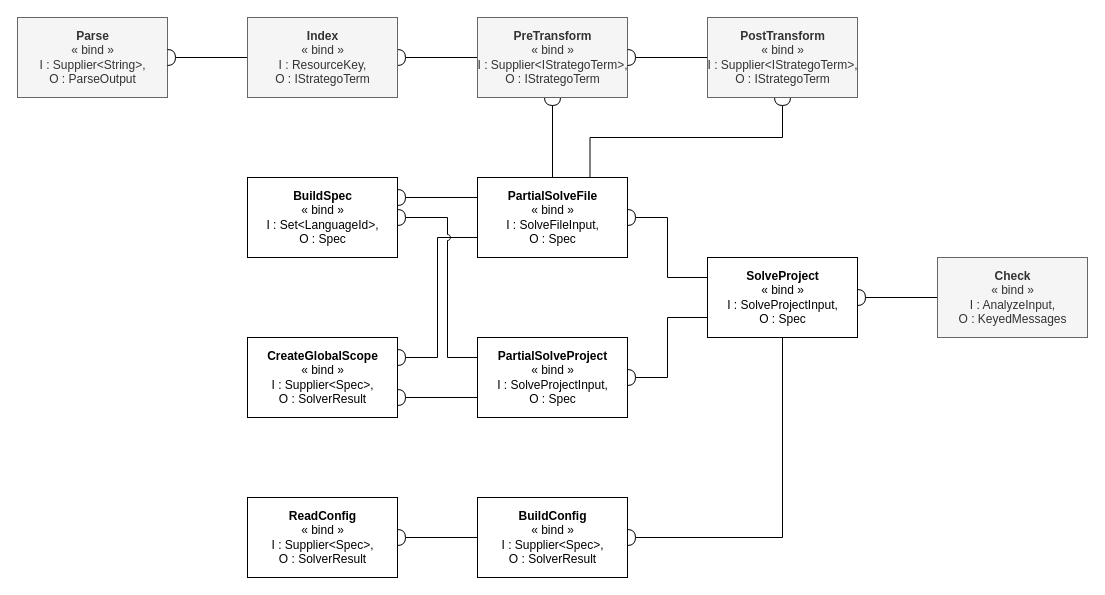
AZWN/Spoofax-pie-diagrams keeps this draw.io diagram as page "MLA Task Hierarchy" (16 of 19) of Spoofax3 Diagrams.drawio. Above is the earlier version. Source tidied: cells renumbered, new cells numbered last; positions are measured from the earlier drawing's top-left corner, leaving out a move shared by most shapes. Both pictures are drawn from the tidied source at 100%, with x=0, y=0 at pixel (17, 17).
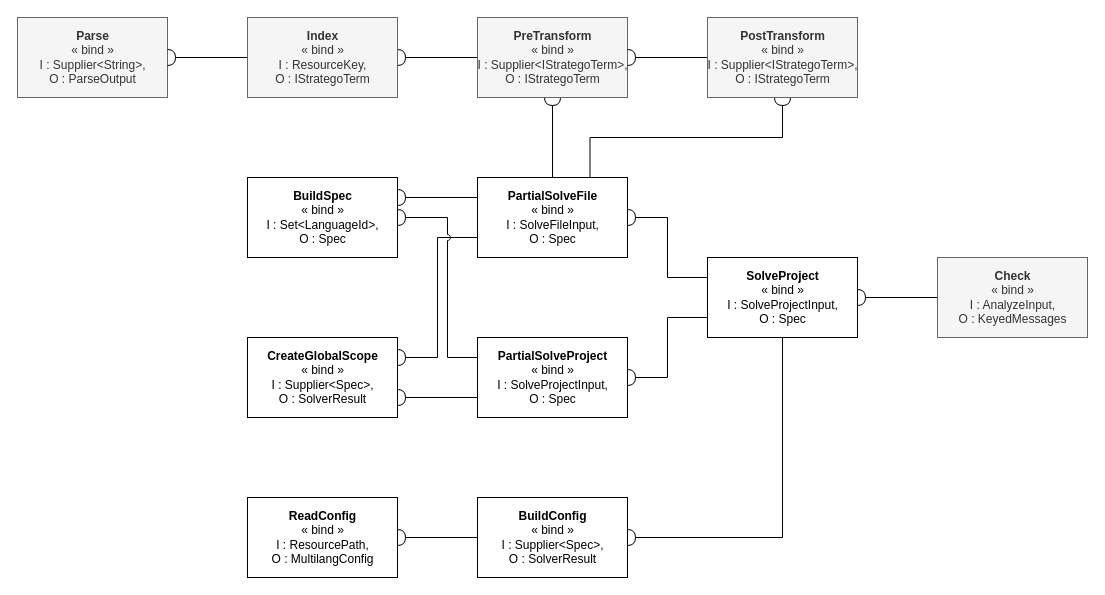
The same page after the edit.

What changed in the source:
```diff
@@
-    <mxCell id="18" value="&lt;b&gt;ReadConfig&lt;/b&gt;&lt;br&gt;« bind »&lt;br&gt;I : Supplier&amp;lt;Spec&amp;gt;, &lt;br&gt;O : SolverResult" style="html=1;" parent="1" vertex="1">
+    <mxCell id="18" value="&lt;b&gt;ReadConfig&lt;/b&gt;&lt;br&gt;« bind »&lt;br&gt;I : ResourcePath, &lt;br&gt;O : MultilangConfig" style="html=1;" parent="1" vertex="1">
       <mxGeometry x="230" y="480" width="150" height="80" as="geometry" />
     </mxCell>
```
